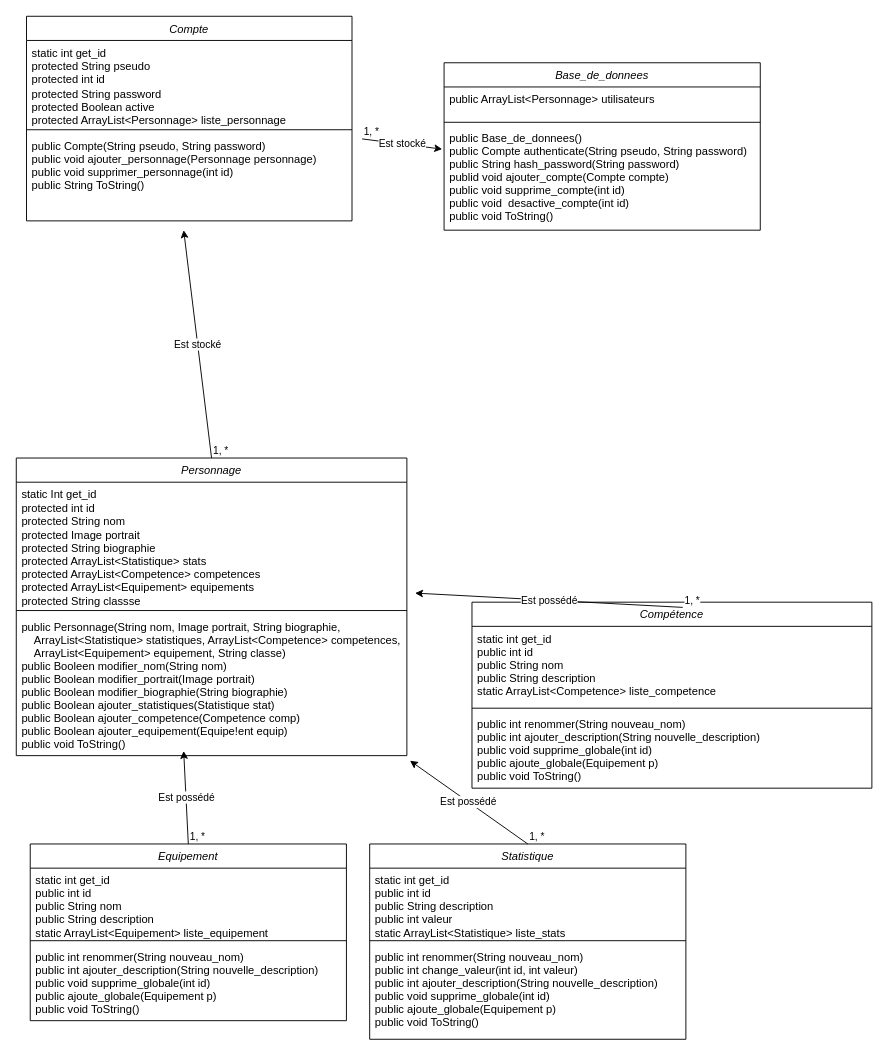
Before: compte_rendu/séance 2/UML.drawio in Clement-soulier/L3-Fiche_personnage, a draw.io diagram. Source tidied: cells renumbered, new cells numbered last; positions are measured from the earlier drawing's top-left corner, leaving out a move shared by most shapes. Both pictures are drawn from the tidied source at 93%, with x=0, y=0 at pixel (16, 16).
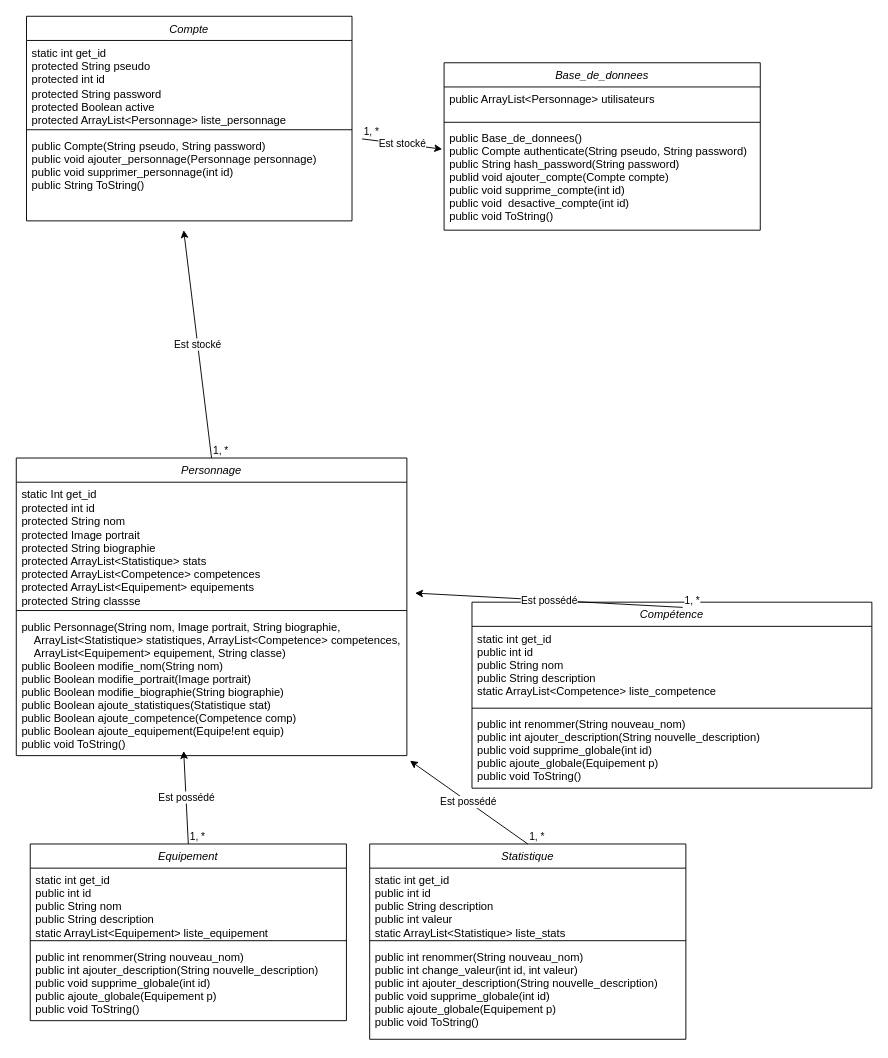
Above is the later version.

Commit message (it also covers changes not shown here):
Màj UML et Gantt

Unchanged cells that the change refers to:
```xml
<mxCell id="11" value="Personnage" style="swimlane;fontStyle=2;align=center;verticalAlign=top;horizontal=1;startSize=26;rounded=0;shadow=0;strokeWidth=1;" parent="1" vertex="1">
  <mxGeometry y="475" width="420" height="320" as="geometry" />
</mxCell>
```

The edit, as a diff of the source:
```diff
@@
-    <mxCell id="15" value="public Personnage(String nom, Image portrait, String biographie,&#10;    ArrayList&lt;Statistique&gt; statistiques, ArrayList&lt;Competence&gt; competences,&#10;    ArrayList&lt;Equipement&gt; equipement, String classe)&#10;public Booleen modifier_nom(String nom)&#10;public Boolean modifier_portrait(Image portrait)&#10;public Boolean modifier_biographie(String biographie)&#10;public Boolean ajouter_statistiques(Statistique stat)&#10;public Boolean ajouter_competence(Competence comp)&#10;public Boolean ajouter_equipement(Equipe!ent equip)&#10;public void ToString()" style="text;align=left;verticalAlign=top;spacingLeft=4;spacingRight=4;overflow=hidden;points=[[0,0.5],[1,0.5]];portConstraint=eastwest;" parent="11" vertex="1">
+    <mxCell id="15" value="public Personnage(String nom, Image portrait, String biographie,&#10;    ArrayList&lt;Statistique&gt; statistiques, ArrayList&lt;Competence&gt; competences,&#10;    ArrayList&lt;Equipement&gt; equipement, String classe)&#10;public Booleen modifie_nom(String nom)&#10;public Boolean modifie_portrait(Image portrait)&#10;public Boolean modifie_biographie(String biographie)&#10;public Boolean ajoute_statistiques(Statistique stat)&#10;public Boolean ajoute_competence(Competence comp)&#10;public Boolean ajoute_equipement(Equipe!ent equip)&#10;public void ToString()" style="text;align=left;verticalAlign=top;spacingLeft=4;spacingRight=4;overflow=hidden;points=[[0,0.5],[1,0.5]];portConstraint=eastwest;" parent="11" vertex="1">
       <mxGeometry y="168" width="420" height="152" as="geometry" />
     </mxCell>
```
